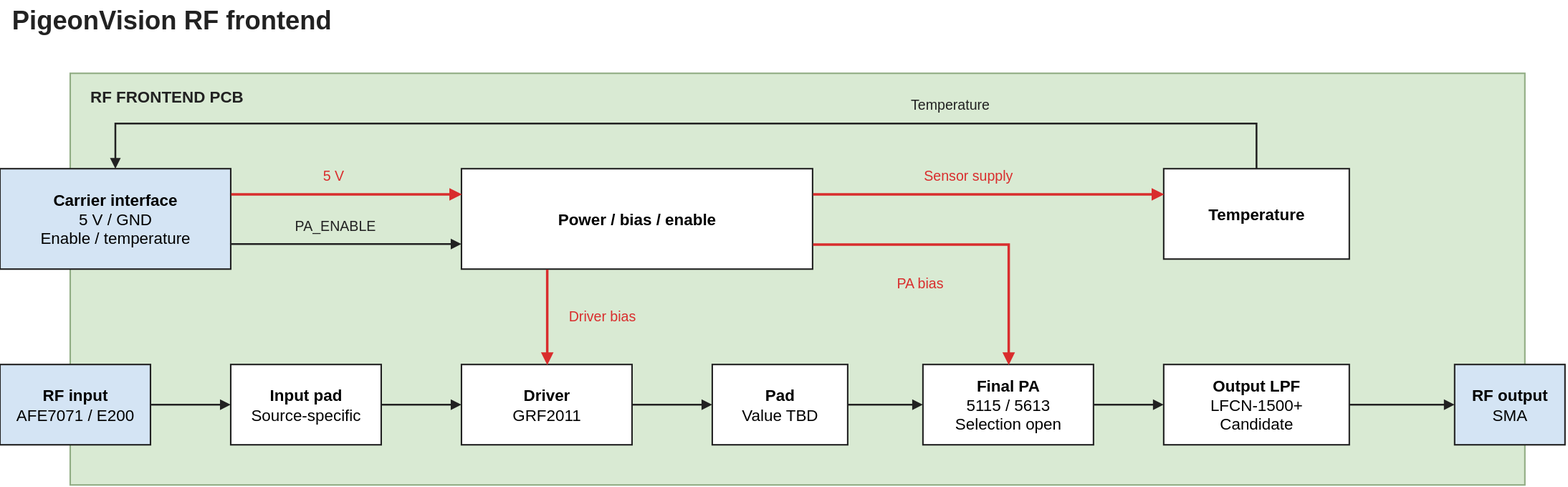
Above: hardware/rf-frontend/block-diagram.svg in stanford-ssi/PigeonVision (draw.io), before the change. Source tidied: cells renumbered, new cells last; positions are measured from the earlier drawing's top-left corner, leaving out a move shared by most shapes.
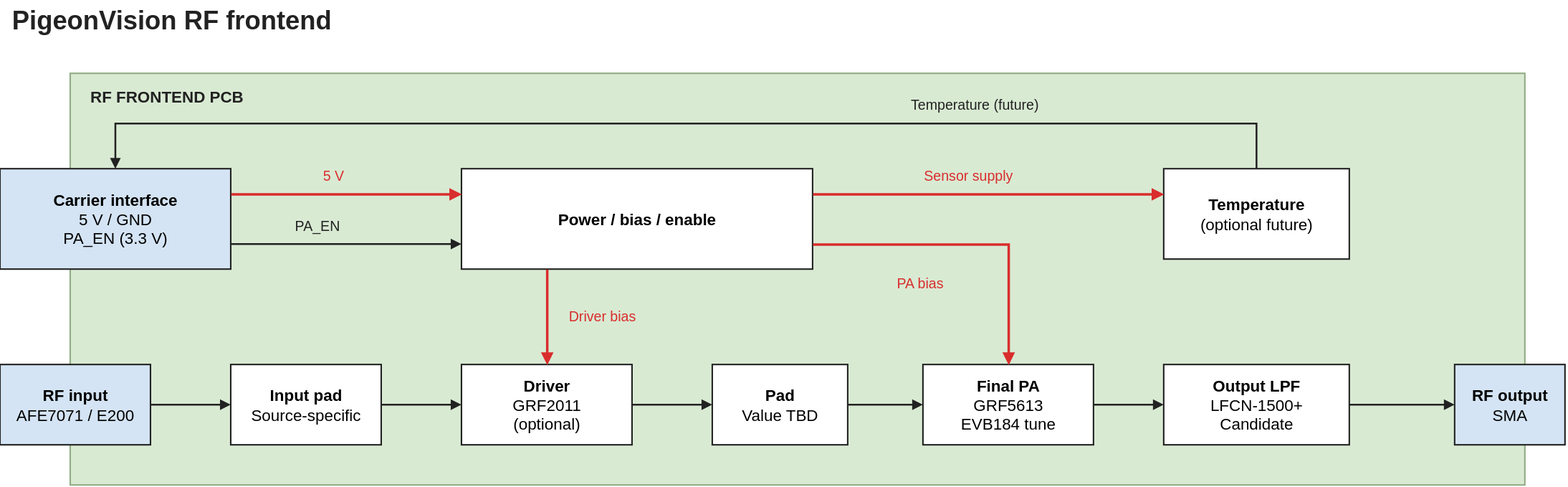
After the change.

What changed in the source:
```diff
@@ -11,13 +11,13 @@
     <mxCell id="4" value="RF FRONTEND PCB" style="text;html=0;align=left;verticalAlign=middle;fillColor=none;strokeColor=none;fontFamily=Arial;fontSize=16;fontColor=#222222;fontStyle=1;" parent="1" vertex="1">
       <mxGeometry x="88" y="83" width="1414" height="24" as="geometry" />
     </mxCell>
-    <mxCell id="5" value="&lt;b&gt;Carrier interface&lt;/b&gt;&lt;br&gt;5 V / GND&lt;br&gt;Enable / temperature" style="rounded=0;whiteSpace=wrap;html=1;fontFamily=Arial;fillColor=#d4e4f4;strokeColor=#222222;strokeWidth=1.5;align=center;verticalAlign=middle;fontSize=16;spacing=5;" parent="1" vertex="1">
+    <mxCell id="5" value="&lt;b&gt;Carrier interface&lt;/b&gt;&lt;br&gt;5 V / GND&lt;br&gt;PA_EN (3.3 V)" style="rounded=0;whiteSpace=wrap;html=1;fontFamily=Arial;fillColor=#d4e4f4;strokeColor=#222222;strokeWidth=1.5;align=center;verticalAlign=middle;fontSize=16;spacing=5;" parent="1" vertex="1">
       <mxGeometry y="168" width="230" height="100" as="geometry" />
     </mxCell>
     <mxCell id="6" value="&lt;b&gt;Power / bias / enable&lt;/b&gt;" style="rounded=0;whiteSpace=wrap;html=1;fontFamily=Arial;fillColor=#ffffff;strokeColor=#222222;strokeWidth=1.5;align=center;verticalAlign=middle;fontSize=16;spacing=5;" parent="1" vertex="1">
       <mxGeometry x="460" y="168" width="350" height="100" as="geometry" />
     </mxCell>
-    <mxCell id="7" value="&lt;b&gt;Temperature&lt;/b&gt;" style="rounded=0;whiteSpace=wrap;html=1;fontFamily=Arial;fillColor=#ffffff;strokeColor=#222222;strokeWidth=1.5;align=center;verticalAlign=middle;fontSize=16;spacing=5;" parent="1" vertex="1">
+    <mxCell id="7" value="&lt;b&gt;Temperature&lt;/b&gt;&lt;br&gt;(optional future)" style="rounded=0;whiteSpace=wrap;html=1;fontFamily=Arial;fillColor=#ffffff;strokeColor=#222222;strokeWidth=1.5;align=center;verticalAlign=middle;fontSize=16;spacing=5;" parent="1" vertex="1">
       <mxGeometry x="1160" y="168" width="185" height="90" as="geometry" />
     </mxCell>
     <mxCell id="8" style="edgeStyle=orthogonalEdgeStyle;jettySize=0;rounded=0;html=0;strokeColor=#d92d2d;strokeWidth=2.5;endArrow=block;endFill=1;startArrow=none;startFill=1;exitX=1;exitY=0.25;exitPerimeter=0;entryX=0;entryY=0.25;entryPerimeter=0;" parent="1" edge="1" source="5" target="6">
@@ -29,7 +29,7 @@
     <mxCell id="10" style="edgeStyle=orthogonalEdgeStyle;jettySize=0;rounded=0;html=0;strokeColor=#222222;strokeWidth=1.8;endArrow=block;endFill=1;startArrow=none;startFill=1;exitX=1;exitY=0.75;exitPerimeter=0;entryX=0;entryY=0.75;entryPerimeter=0;" parent="1" edge="1" source="5" target="6">
       <mxGeometry relative="1" as="geometry" />
     </mxCell>
-    <mxCell id="11" value="PA_ENABLE" style="text;html=0;align=left;verticalAlign=middle;fillColor=none;strokeColor=none;fontFamily=Arial;fontSize=14;fontColor=#222222;fontStyle=0;" parent="1" vertex="1">
+    <mxCell id="11" value="PA_EN" style="text;html=0;align=left;verticalAlign=middle;fillColor=none;strokeColor=none;fontFamily=Arial;fontSize=14;fontColor=#222222;fontStyle=0;" parent="1" vertex="1">
       <mxGeometry x="292" y="213" width="80" height="22" as="geometry" />
     </mxCell>
     <mxCell id="12" style="edgeStyle=orthogonalEdgeStyle;jettySize=0;rounded=0;html=0;strokeColor=#d92d2d;strokeWidth=2.5;endArrow=block;endFill=1;startArrow=none;startFill=1;exitX=1;exitY=0.25;exitPerimeter=0;entryX=0;entryY=0.2777777777777778;entryPerimeter=0;" parent="1" edge="1" source="6" target="7">
@@ -46,7 +46,7 @@
         </Array>
       </mxGeometry>
     </mxCell>
-    <mxCell id="15" value="Temperature" style="text;html=0;align=left;verticalAlign=middle;fillColor=none;strokeColor=none;fontFamily=Arial;fontSize=14;fontColor=#222222;fontStyle=0;" parent="1" vertex="1">
+    <mxCell id="15" value="Temperature (future)" style="text;html=0;align=left;verticalAlign=middle;fillColor=none;strokeColor=none;fontFamily=Arial;fontSize=14;fontColor=#222222;fontStyle=0;" parent="1" vertex="1">
       <mxGeometry x="906" y="92" width="88" height="22" as="geometry" />
     </mxCell>
     <mxCell id="16" value="&lt;b&gt;RF input&lt;/b&gt;&lt;br&gt;AFE7071 / E200" style="rounded=0;whiteSpace=wrap;html=1;fontFamily=Arial;fillColor=#d4e4f4;strokeColor=#222222;strokeWidth=1.5;align=center;verticalAlign=middle;fontSize=16;spacing=5;" parent="1" vertex="1">
@@ -55,13 +55,13 @@
     <mxCell id="17" value="&lt;b&gt;Input pad&lt;/b&gt;&lt;br&gt;Source-specific" style="rounded=0;whiteSpace=wrap;html=1;fontFamily=Arial;fillColor=#ffffff;strokeColor=#222222;strokeWidth=1.5;align=center;verticalAlign=middle;fontSize=16;spacing=5;" parent="1" vertex="1">
       <mxGeometry x="230" y="363" width="150" height="80" as="geometry" />
     </mxCell>
-    <mxCell id="18" value="&lt;b&gt;Driver&lt;/b&gt;&lt;br&gt;GRF2011" style="rounded=0;whiteSpace=wrap;html=1;fontFamily=Arial;fillColor=#ffffff;strokeColor=#222222;strokeWidth=1.5;align=center;verticalAlign=middle;fontSize=16;spacing=5;" parent="1" vertex="1">
+    <mxCell id="18" value="&lt;b&gt;Driver&lt;/b&gt;&lt;br&gt;GRF2011&lt;br&gt;(optional)" style="rounded=0;whiteSpace=wrap;html=1;fontFamily=Arial;fillColor=#ffffff;strokeColor=#222222;strokeWidth=1.5;align=center;verticalAlign=middle;fontSize=16;spacing=5;" parent="1" vertex="1">
       <mxGeometry x="460" y="363" width="170" height="80" as="geometry" />
     </mxCell>
     <mxCell id="19" value="&lt;b&gt;Pad&lt;/b&gt;&lt;br&gt;Value TBD" style="rounded=0;whiteSpace=wrap;html=1;fontFamily=Arial;fillColor=#ffffff;strokeColor=#222222;strokeWidth=1.5;align=center;verticalAlign=middle;fontSize=16;spacing=5;" parent="1" vertex="1">
       <mxGeometry x="710" y="363" width="135" height="80" as="geometry" />
     </mxCell>
-    <mxCell id="20" value="&lt;b&gt;Final PA&lt;/b&gt;&lt;br&gt;5115 / 5613&lt;br&gt;Selection open" style="rounded=0;whiteSpace=wrap;html=1;fontFamily=Arial;fillColor=#ffffff;strokeColor=#222222;strokeWidth=1.5;align=center;verticalAlign=middle;fontSize=16;spacing=5;" parent="1" vertex="1">
+    <mxCell id="20" value="&lt;b&gt;Final PA&lt;/b&gt;&lt;br&gt;GRF5613&lt;br&gt;EVB184 tune" style="rounded=0;whiteSpace=wrap;html=1;fontFamily=Arial;fillColor=#ffffff;strokeColor=#222222;strokeWidth=1.5;align=center;verticalAlign=middle;fontSize=16;spacing=5;" parent="1" vertex="1">
       <mxGeometry x="920" y="363" width="170" height="80" as="geometry" />
     </mxCell>
     <mxCell id="21" value="&lt;b&gt;Output LPF&lt;/b&gt;&lt;br&gt;LFCN-1500+&lt;br&gt;Candidate" style="rounded=0;whiteSpace=wrap;html=1;fontFamily=Arial;fillColor=#ffffff;strokeColor=#222222;strokeWidth=1.5;align=center;verticalAlign=middle;fontSize=16;spacing=5;" parent="1" vertex="1">
```
